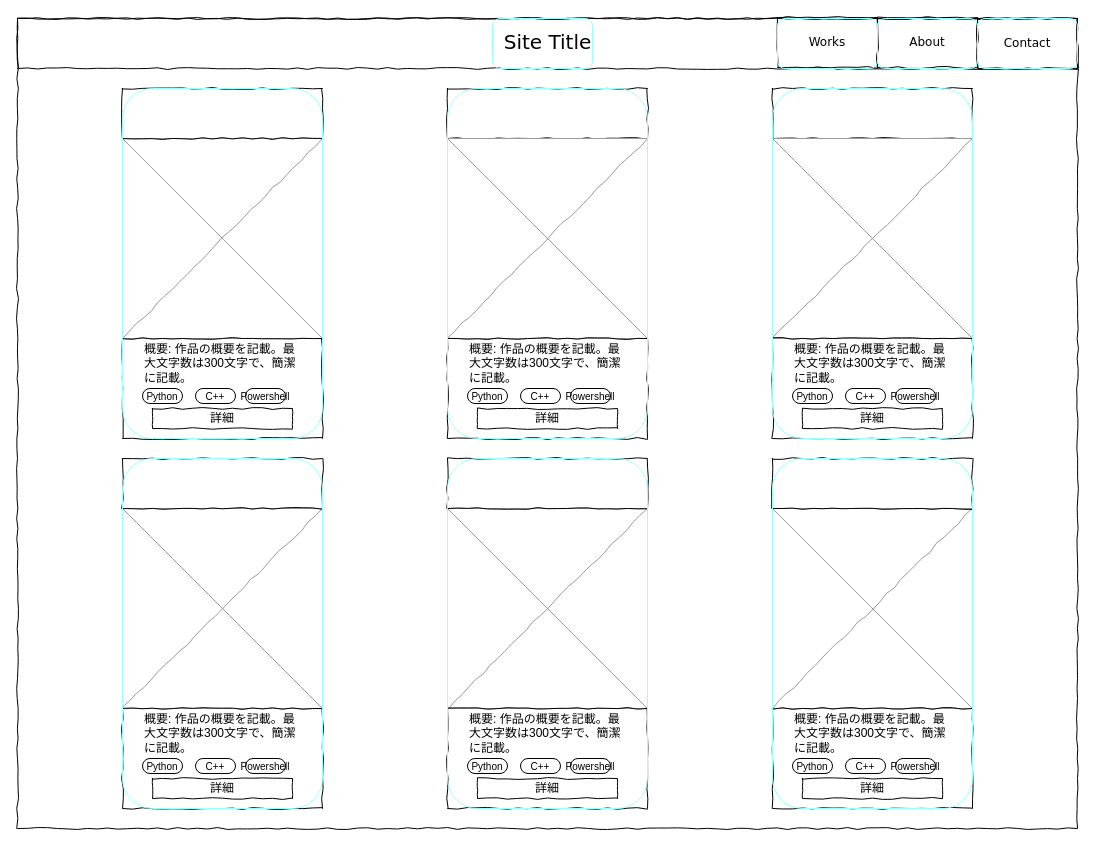
kchihogi/portfolio keeps this draw.io diagram as page "TOP" (1 of 2) of documents/wireframe.drawio. Above is the earlier version. Source tidied: cells renumbered, new cells numbered last; positions are measured from the earlier drawing's top-left corner, leaving out a move shared by most shapes. Both pictures are drawn from the tidied source at 100%, with x=0, y=0 at pixel (17, 17).
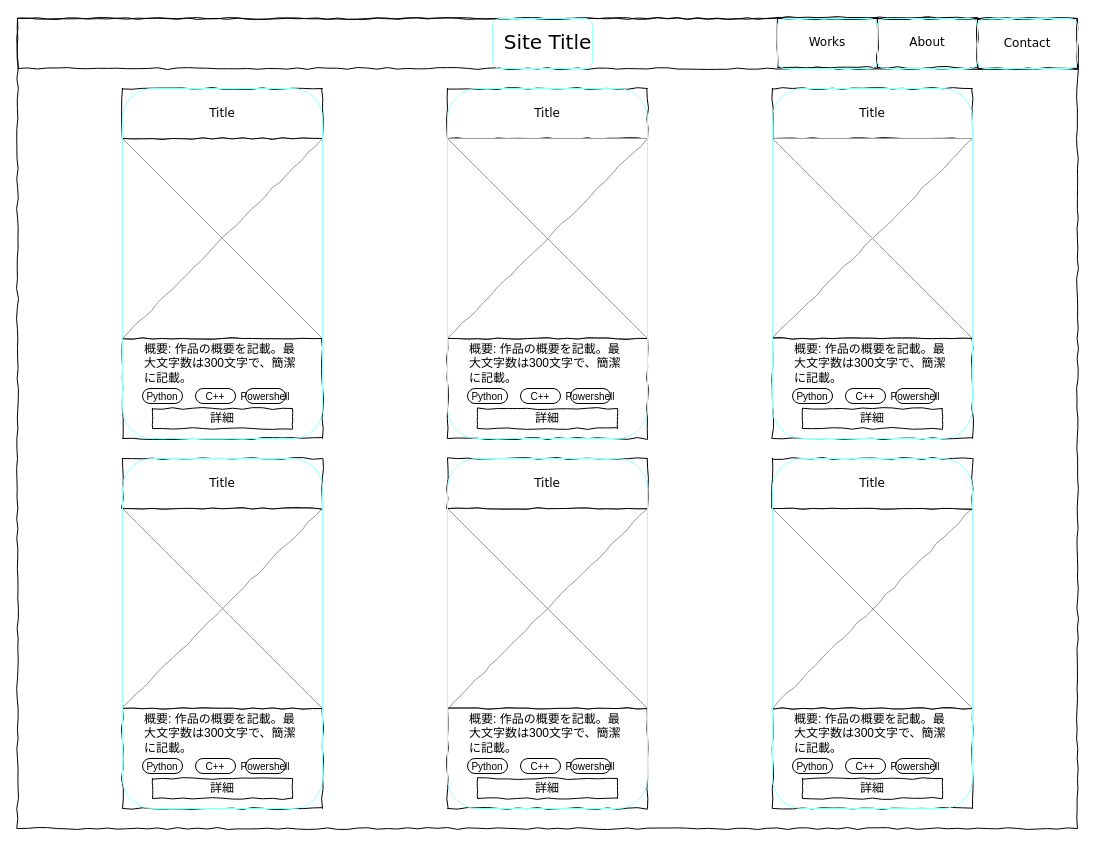
Above is the later version.

The edit, as a diff of the source:
```diff
@@
-    <mxCell id="9" style="whiteSpace=wrap;html=1;rounded=0;shadow=0;labelBackgroundColor=none;strokeWidth=1;fillColor=none;fontFamily=Verdana;fontSize=12;align=center;comic=1;" parent="1" vertex="1">
+    <mxCell id="9" value="Title" style="whiteSpace=wrap;html=1;rounded=0;shadow=0;labelBackgroundColor=none;strokeWidth=1;fillColor=none;fontFamily=Verdana;fontSize=12;align=center;comic=1;" parent="1" vertex="1">
       <mxGeometry x="105" y="71" width="200" height="50" as="geometry" />
     </mxCell>
-    <mxCell id="10" style="whiteSpace=wrap;html=1;rounded=0;shadow=0;labelBackgroundColor=none;strokeWidth=1;fillColor=none;fontFamily=Verdana;fontSize=12;align=center;comic=1;" parent="1" vertex="1">
+    <mxCell id="10" value="Title" style="whiteSpace=wrap;html=1;rounded=0;shadow=0;labelBackgroundColor=none;strokeWidth=1;fillColor=none;fontFamily=Verdana;fontSize=12;align=center;comic=1;" parent="1" vertex="1">
       <mxGeometry x="755" y="71" width="200" height="50" as="geometry" />
     </mxCell>
@@
-    <mxCell id="15" style="whiteSpace=wrap;html=1;rounded=0;shadow=0;labelBackgroundColor=none;strokeWidth=1;fillColor=none;fontFamily=Verdana;fontSize=12;align=center;comic=1;" parent="1" vertex="1">
+    <mxCell id="15" value="Title" style="whiteSpace=wrap;html=1;rounded=0;shadow=0;labelBackgroundColor=none;strokeWidth=1;fillColor=none;fontFamily=Verdana;fontSize=12;align=center;comic=1;" parent="1" vertex="1">
       <mxGeometry x="430" y="71" width="200" height="50" as="geometry" />
     </mxCell>
@@
-    <mxCell id="19" style="whiteSpace=wrap;html=1;rounded=0;shadow=0;labelBackgroundColor=none;strokeWidth=1;fillColor=none;fontFamily=Verdana;fontSize=12;align=center;comic=1;" parent="1" vertex="1">
+    <mxCell id="19" value="Title" style="whiteSpace=wrap;html=1;rounded=0;shadow=0;labelBackgroundColor=none;strokeWidth=1;fillColor=none;fontFamily=Verdana;fontSize=12;align=center;comic=1;" parent="1" vertex="1">
       <mxGeometry x="105" y="441" width="200" height="50" as="geometry" />
     </mxCell>
@@
-    <mxCell id="41" style="whiteSpace=wrap;html=1;rounded=0;shadow=0;labelBackgroundColor=none;strokeWidth=1;fillColor=none;fontFamily=Verdana;fontSize=12;align=center;comic=1;" parent="1" vertex="1">
+    <mxCell id="41" value="Title" style="whiteSpace=wrap;html=1;rounded=0;shadow=0;labelBackgroundColor=none;strokeWidth=1;fillColor=none;fontFamily=Verdana;fontSize=12;align=center;comic=1;" parent="1" vertex="1">
       <mxGeometry x="430" y="441" width="200" height="50" as="geometry" />
     </mxCell>
@@
-    <mxCell id="49" style="whiteSpace=wrap;html=1;rounded=0;shadow=0;labelBackgroundColor=none;strokeWidth=1;fillColor=none;fontFamily=Verdana;fontSize=12;align=center;comic=1;" parent="1" vertex="1">
+    <mxCell id="49" value="Title" style="whiteSpace=wrap;html=1;rounded=0;shadow=0;labelBackgroundColor=none;strokeWidth=1;fillColor=none;fontFamily=Verdana;fontSize=12;align=center;comic=1;" parent="1" vertex="1">
       <mxGeometry x="755" y="441" width="200" height="50" as="geometry" />
     </mxCell>
```
